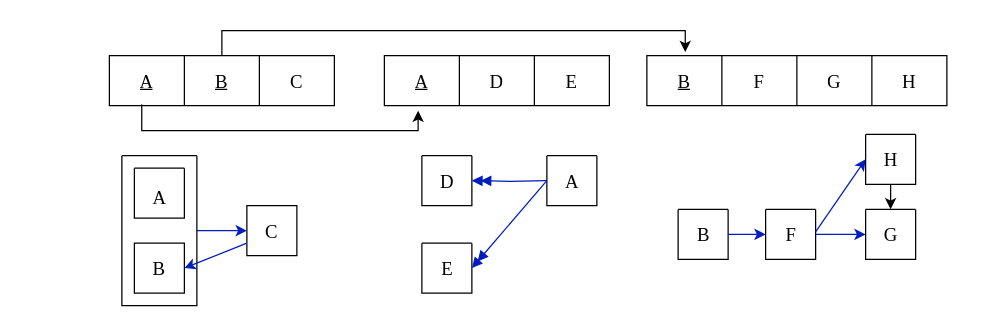
Before: multivalue.drawio in skipnicky/Carleton-Computer-Science, a draw.io diagram. Source tidied: cells renumbered, new cells numbered last; positions are measured from the earlier drawing's top-left corner, leaving out a move shared by most shapes. Both pictures are drawn from the tidied source at 125%, with x=0, y=0 at pixel (109, 30).
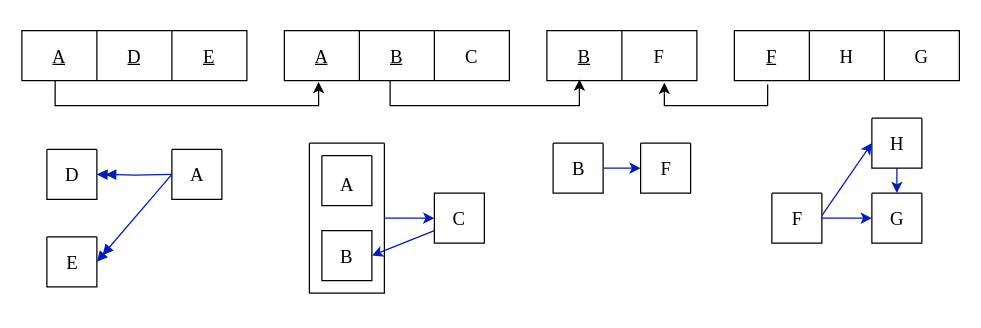
Above is the later version.

Unchanged cells that the change refers to:
```xml
<mxCell id="10" style="shape=tableRow;horizontal=0;startSize=0;swimlaneHead=0;swimlaneBody=0;strokeColor=inherit;top=0;left=0;bottom=0;right=0;fillColor=none;points=[[0,0.5],[1,0.5]];portConstraint=eastwest;fontFamily=Times New Roman;" parent="9" vertex="1">
  <mxGeometry width="180" height="40" as="geometry" />
</mxCell>
<mxCell id="15" style="shape=tableRow;horizontal=0;startSize=0;swimlaneHead=0;swimlaneBody=0;strokeColor=inherit;top=0;left=0;bottom=0;right=0;fillColor=none;points=[[0,0.5],[1,0.5]];portConstraint=eastwest;fontFamily=Times New Roman;" parent="14" vertex="1">
  <mxGeometry width="180" height="40" as="geometry" />
</mxCell>
```

Diff of the diagram source:
```diff
@@
     <mxCell id="2" style="swimlane;startSize=0;fontFamily=Times New Roman;" parent="1" vertex="1">
-      <mxGeometry x="20" y="110" width="40" height="40" as="geometry" />
+      <mxGeometry x="170" y="100" width="40" height="40" as="geometry" />
     </mxCell>
     <mxCell id="3" value="&lt;font style=&quot;font-size: 15px;&quot;&gt;A&lt;/font&gt;" style="text;html=1;align=center;verticalAlign=middle;strokeColor=none;fillColor=none;fontFamily=Times New Roman;" parent="1" vertex="1">
-      <mxGeometry x="25" y="118" width="30" height="30" as="geometry" />
+      <mxGeometry x="175" y="108" width="30" height="30" as="geometry" />
     </mxCell>
     <mxCell id="4" value="&lt;font style=&quot;font-size: 15px;&quot;&gt;B&lt;/font&gt;" style="whiteSpace=wrap;html=1;fontFamily=Times New Roman;" parent="1" vertex="1">
-      <mxGeometry x="20" y="170" width="40" height="40" as="geometry" />
+      <mxGeometry x="170" y="160" width="40" height="40" as="geometry" />
     </mxCell>
@@
     <mxCell id="6" style="swimlane;startSize=0;fontFamily=Times New Roman;" parent="1" vertex="1">
-      <mxGeometry x="10" y="100" width="60" height="120" as="geometry" />
+      <mxGeometry x="160" y="90" width="60" height="120" as="geometry" />
     </mxCell>
     <mxCell id="7" value="&lt;font style=&quot;font-size: 15px;&quot;&gt;C&lt;/font&gt;" style="whiteSpace=wrap;html=1;fontFamily=Times New Roman;" parent="1" vertex="1">
-      <mxGeometry x="110" y="140" width="40" height="40" as="geometry" />
+      <mxGeometry x="260" y="130" width="40" height="40" as="geometry" />
     </mxCell>
@@
     <mxCell id="9" style="shape=table;startSize=0;childLayout=tableLayout;fontFamily=Times New Roman;" parent="1" vertex="1">
-      <mxGeometry y="20" width="180" height="40" as="geometry" />
+      <mxGeometry x="140" width="180" height="40" as="geometry" />
     </mxCell>
@@
     <mxCell id="14" style="shape=table;startSize=0;childLayout=tableLayout;fontFamily=Times New Roman;" parent="1" vertex="1">
-      <mxGeometry x="220" y="20" width="180" height="40" as="geometry" />
+      <mxGeometry x="-70" width="180" height="40" as="geometry" />
     </mxCell>
@@
-    <mxCell id="17" value="&lt;font style=&quot;font-size: 15px;&quot;&gt;D&lt;/font&gt;" style="shape=partialRectangle;html=1;whiteSpace=wrap;strokeColor=inherit;overflow=hidden;fillColor=none;top=0;left=0;bottom=0;right=0;fontFamily=Times New Roman;" parent="15" vertex="1">
+    <mxCell id="17" value="&lt;font style=&quot;font-size: 15px;&quot;&gt;&lt;u&gt;D&lt;/u&gt;&lt;/font&gt;" style="shape=partialRectangle;html=1;whiteSpace=wrap;strokeColor=inherit;overflow=hidden;fillColor=none;top=0;left=0;bottom=0;right=0;fontFamily=Times New Roman;" parent="15" vertex="1">
       <mxGeometry x="60" width="60" height="40" as="geometry" />
     </mxCell>
-    <mxCell id="18" value="&lt;font style=&quot;font-size: 15px;&quot;&gt;E&lt;/font&gt;" style="shape=partialRectangle;html=1;whiteSpace=wrap;strokeColor=inherit;overflow=hidden;fillColor=none;top=0;left=0;bottom=0;right=0;fontFamily=Times New Roman;" parent="15" vertex="1">
+    <mxCell id="18" value="&lt;font style=&quot;font-size: 15px;&quot;&gt;&lt;u&gt;E&lt;/u&gt;&lt;/font&gt;" style="shape=partialRectangle;html=1;whiteSpace=wrap;strokeColor=inherit;overflow=hidden;fillColor=none;top=0;left=0;bottom=0;right=0;fontFamily=Times New Roman;" parent="15" vertex="1">
       <mxGeometry x="120" width="60" height="40" as="geometry" />
     </mxCell>
-    <mxCell id="19" style="edgeStyle=orthogonalEdgeStyle;rounded=0;jettySize=auto;html=1;entryX=0.15;entryY=1.1;entryDx=0;entryDy=0;entryPerimeter=0;exitX=0.144;exitY=0.975;exitDx=0;exitDy=0;exitPerimeter=0;fontFamily=Times New Roman;" parent="1" edge="1" source="10" target="15">
-      <mxGeometry relative="1" as="geometry">
-        <Array as="points">
-          <mxPoint x="26" y="80" />
-          <mxPoint x="247" y="80" />
-        </Array>
-      </mxGeometry>
-    </mxCell>
     <mxCell id="20" style="swimlane;startSize=0;fontFamily=Times New Roman;" parent="1" vertex="1">
-      <mxGeometry x="350" y="100" width="40" height="40" as="geometry" />
+      <mxGeometry x="50" y="95" width="40" height="40" as="geometry" />
     </mxCell>
@@
     <mxCell id="22" style="swimlane;startSize=0;fontFamily=Times New Roman;" parent="1" vertex="1">
-      <mxGeometry x="250" y="100" width="40" height="40" as="geometry" />
+      <mxGeometry x="-50" y="95" width="40" height="40" as="geometry" />
     </mxCell>
@@
     <mxCell id="24" style="swimlane;startSize=0;fontFamily=Times New Roman;" parent="1" vertex="1">
-      <mxGeometry x="250" y="170" width="40" height="40" as="geometry" />
+      <mxGeometry x="-50" y="165" width="40" height="40" as="geometry" />
     </mxCell>
@@
     <mxCell id="26" style="edgeStyle=orthogonalEdgeStyle;rounded=0;jettySize=auto;html=1;entryX=1;entryY=0.5;entryDx=0;entryDy=0;endArrow=doubleBlock;endFill=1;fillColor=#0050ef;strokeColor=#001DBC;fontFamily=Times New Roman;" parent="1" edge="1" target="22">
       <mxGeometry relative="1" as="geometry">
-        <mxPoint x="350" y="120" as="sourcePoint" />
+        <mxPoint x="50" y="115" as="sourcePoint" />
       </mxGeometry>
     </mxCell>
     <mxCell id="27" style="endArrow=doubleBlock;html=1;rounded=0;entryX=1;entryY=0.5;entryDx=0;entryDy=0;endFill=1;fillColor=#0050ef;strokeColor=#001DBC;fontFamily=Times New Roman;" parent="1" edge="1" target="24">
       <mxGeometry relative="1" as="geometry">
-        <mxPoint x="350" y="120" as="sourcePoint" />
+        <mxPoint x="50" y="115" as="sourcePoint" />
       </mxGeometry>
     </mxCell>
     <mxCell id="28" style="shape=table;startSize=0;childLayout=tableLayout;fontFamily=Times New Roman;" parent="1" vertex="1">
-      <mxGeometry x="430" y="20" width="240" height="40" as="geometry" />
+      <mxGeometry x="350" width="120" height="40" as="geometry" />
     </mxCell>
     <mxCell id="29" style="shape=tableRow;horizontal=0;startSize=0;swimlaneHead=0;swimlaneBody=0;strokeColor=inherit;top=0;left=0;bottom=0;right=0;fillColor=none;points=[[0,0.5],[1,0.5]];portConstraint=eastwest;fontFamily=Times New Roman;" parent="28" vertex="1">
-      <mxGeometry width="240" height="40" as="geometry" />
+      <mxGeometry width="120" height="40" as="geometry" />
     </mxCell>
@@
-    <mxCell id="32" value="&lt;font style=&quot;font-size: 15px;&quot;&gt;G&lt;/font&gt;" style="shape=partialRectangle;html=1;whiteSpace=wrap;strokeColor=inherit;overflow=hidden;fillColor=none;top=0;left=0;bottom=0;right=0;fontFamily=Times New Roman;" parent="29" vertex="1">
-      <mxGeometry x="120" width="60" height="40" as="geometry" />
-    </mxCell>
-    <mxCell id="33" value="&lt;font style=&quot;font-size: 15px;&quot;&gt;H&lt;/font&gt;" style="shape=partialRectangle;html=1;whiteSpace=wrap;strokeColor=inherit;overflow=hidden;fillColor=none;top=0;left=0;bottom=0;right=0;fontFamily=Times New Roman;" parent="29" vertex="1">
-      <mxGeometry x="180" width="60" height="40" as="geometry" />
-    </mxCell>
-    <mxCell id="34" style="edgeStyle=orthogonalEdgeStyle;rounded=0;jettySize=auto;html=1;entryX=0.128;entryY=-0.071;entryDx=0;entryDy=0;entryPerimeter=0;fontFamily=Times New Roman;" parent="1" edge="1" source="10" target="29">
-      <mxGeometry relative="1" as="geometry">
-        <Array as="points">
-          <mxPoint x="90" />
-          <mxPoint x="461" />
-        </Array>
-      </mxGeometry>
-    </mxCell>
-    <mxCell id="35" style="swimlane;startSize=0;fontFamily=Times New Roman;" parent="1" vertex="1">
-      <mxGeometry x="455" y="143" width="40" height="40" as="geometry" />
-    </mxCell>
-    <mxCell id="36" value="&lt;font style=&quot;font-size: 15px;&quot;&gt;B&lt;/font&gt;" style="text;html=1;align=center;verticalAlign=middle;strokeColor=none;fillColor=none;fontFamily=Times New Roman;" parent="35" vertex="1">
-      <mxGeometry x="5" y="5" width="30" height="30" as="geometry" />
-    </mxCell>
     <mxCell id="37" style="swimlane;startSize=0;fontFamily=Times New Roman;" parent="1" vertex="1">
-      <mxGeometry x="525" y="143" width="40" height="40" as="geometry" />
+      <mxGeometry x="530" y="130" width="40" height="40" as="geometry" />
     </mxCell>
@@
     <mxCell id="39" style="swimlane;startSize=0;fontFamily=Times New Roman;" parent="1" vertex="1">
-      <mxGeometry x="605" y="143" width="40" height="40" as="geometry" />
+      <mxGeometry x="610" y="130" width="40" height="40" as="geometry" />
     </mxCell>
@@
-    <mxCell id="41" style="edgeStyle=orthogonalEdgeStyle;rounded=0;jettySize=auto;html=1;exitX=0.5;exitY=1;exitDx=0;exitDy=0;entryX=0.5;entryY=0;entryDx=0;entryDy=0;fontFamily=Times New Roman;" parent="1" edge="1" source="42" target="39">
+    <mxCell id="41" style="edgeStyle=orthogonalEdgeStyle;rounded=0;jettySize=auto;html=1;exitX=0.5;exitY=1;exitDx=0;exitDy=0;entryX=0.5;entryY=0;entryDx=0;entryDy=0;fontFamily=Times New Roman;fillColor=#0050ef;strokeColor=#001DBC;" parent="1" edge="1" source="42" target="39">
       <mxGeometry relative="1" as="geometry" />
     </mxCell>
     <mxCell id="42" style="swimlane;startSize=0;fontFamily=Times New Roman;" parent="1" vertex="1">
-      <mxGeometry x="605" y="83" width="40" height="40" as="geometry" />
+      <mxGeometry x="610" y="70" width="40" height="40" as="geometry" />
     </mxCell>
@@
-    <mxCell id="44" style="edgeStyle=orthogonalEdgeStyle;rounded=0;jettySize=auto;html=1;entryX=0;entryY=0.5;entryDx=0;entryDy=0;fillColor=#0050ef;strokeColor=#001DBC;fontFamily=Times New Roman;" parent="1" edge="1" target="37">
-      <mxGeometry relative="1" as="geometry">
-        <mxPoint x="495" y="163" as="sourcePoint" />
-      </mxGeometry>
-    </mxCell>
     <mxCell id="45" style="endArrow=classic;html=1;rounded=0;entryX=0;entryY=0.5;entryDx=0;entryDy=0;fillColor=#0050ef;strokeColor=#001DBC;fontFamily=Times New Roman;" parent="1" edge="1" target="42">
       <mxGeometry relative="1" as="geometry">
-        <mxPoint x="565" y="161" as="sourcePoint" />
+        <mxPoint x="570" y="148" as="sourcePoint" />
       </mxGeometry>
     </mxCell>
@@
+    <mxCell id="47" style="shape=table;startSize=0;childLayout=tableLayout;fontFamily=Times New Roman;" parent="1" vertex="1">
+      <mxGeometry x="500" width="180" height="40" as="geometry" />
+    </mxCell>
+    <mxCell id="48" style="shape=tableRow;horizontal=0;startSize=0;swimlaneHead=0;swimlaneBody=0;strokeColor=inherit;top=0;left=0;bottom=0;right=0;fillColor=none;points=[[0,0.5],[1,0.5]];portConstraint=eastwest;fontFamily=Times New Roman;" parent="47" vertex="1">
+      <mxGeometry width="180" height="40" as="geometry" />
+    </mxCell>
+    <mxCell id="49" value="&lt;u&gt;&lt;font style=&quot;font-size: 15px;&quot;&gt;F&lt;/font&gt;&lt;/u&gt;" style="shape=partialRectangle;html=1;whiteSpace=wrap;strokeColor=inherit;overflow=hidden;fillColor=none;top=0;left=0;bottom=0;right=0;fontFamily=Times New Roman;" parent="48" vertex="1">
+      <mxGeometry width="60" height="40" as="geometry" />
+    </mxCell>
+    <mxCell id="33" value="&lt;font style=&quot;font-size: 15px;&quot;&gt;H&lt;/font&gt;" style="shape=partialRectangle;html=1;whiteSpace=wrap;strokeColor=inherit;overflow=hidden;fillColor=none;top=0;left=0;bottom=0;right=0;fontFamily=Times New Roman;" parent="48" vertex="1">
+      <mxGeometry x="60" width="60" height="40" as="geometry" />
+    </mxCell>
+    <mxCell id="32" value="&lt;font style=&quot;font-size: 15px;&quot;&gt;G&lt;/font&gt;" style="shape=partialRectangle;html=1;whiteSpace=wrap;strokeColor=inherit;overflow=hidden;fillColor=none;top=0;left=0;bottom=0;right=0;fontFamily=Times New Roman;" parent="48" vertex="1">
+      <mxGeometry x="120" width="60" height="40" as="geometry" />
+    </mxCell>
+    <mxCell id="50" style="swimlane;startSize=0;fontFamily=Times New Roman;" parent="1" vertex="1">
+      <mxGeometry x="355" y="90" width="40" height="40" as="geometry" />
+    </mxCell>
+    <mxCell id="36" value="&lt;font style=&quot;font-size: 15px;&quot;&gt;B&lt;/font&gt;" style="text;html=1;align=center;verticalAlign=middle;strokeColor=none;fillColor=none;fontFamily=Times New Roman;" parent="50" vertex="1">
+      <mxGeometry x="5" y="5" width="30" height="30" as="geometry" />
+    </mxCell>
+    <mxCell id="51" style="swimlane;startSize=0;fontFamily=Times New Roman;" parent="1" vertex="1">
+      <mxGeometry x="425" y="90" width="40" height="40" as="geometry" />
+    </mxCell>
+    <mxCell id="52" value="&lt;font style=&quot;font-size: 15px;&quot;&gt;F&lt;/font&gt;" style="text;html=1;align=center;verticalAlign=middle;strokeColor=none;fillColor=none;fontFamily=Times New Roman;" parent="51" vertex="1">
+      <mxGeometry x="5" y="5" width="30" height="30" as="geometry" />
+    </mxCell>
+    <mxCell id="53" style="edgeStyle=orthogonalEdgeStyle;rounded=0;jettySize=auto;html=1;entryX=0;entryY=0.5;entryDx=0;entryDy=0;fillColor=#0050ef;strokeColor=#001DBC;fontFamily=Times New Roman;" parent="1" edge="1" target="51">
+      <mxGeometry relative="1" as="geometry">
+        <mxPoint x="395" y="110" as="sourcePoint" />
+      </mxGeometry>
+    </mxCell>
+    <mxCell id="34" style="edgeStyle=orthogonalEdgeStyle;rounded=0;jettySize=auto;html=1;entryX=0.217;entryY=0.975;entryDx=0;entryDy=0;entryPerimeter=0;exitX=0.47;exitY=0.992;exitDx=0;exitDy=0;exitPerimeter=0;" parent="1" edge="1" source="10" target="29">
+      <mxGeometry relative="1" as="geometry" />
+    </mxCell>
+    <mxCell id="54" style="edgeStyle=orthogonalEdgeStyle;rounded=0;jettySize=auto;html=1;entryX=0.152;entryY=1.025;entryDx=0;entryDy=0;entryPerimeter=0;exitX=0.148;exitY=1.008;exitDx=0;exitDy=0;exitPerimeter=0;" parent="1" edge="1" source="15" target="10">
+      <mxGeometry relative="1" as="geometry" />
+    </mxCell>
+    <mxCell id="55" style="edgeStyle=orthogonalEdgeStyle;rounded=0;jettySize=auto;html=1;entryX=0.783;entryY=1.042;entryDx=0;entryDy=0;entryPerimeter=0;exitX=0.148;exitY=1.075;exitDx=0;exitDy=0;exitPerimeter=0;" parent="1" edge="1" source="48" target="29">
+      <mxGeometry relative="1" as="geometry">
+        <Array as="points">
+          <mxPoint x="527" y="60" />
+          <mxPoint x="444" y="60" />
+        </Array>
+      </mxGeometry>
+    </mxCell>
```
